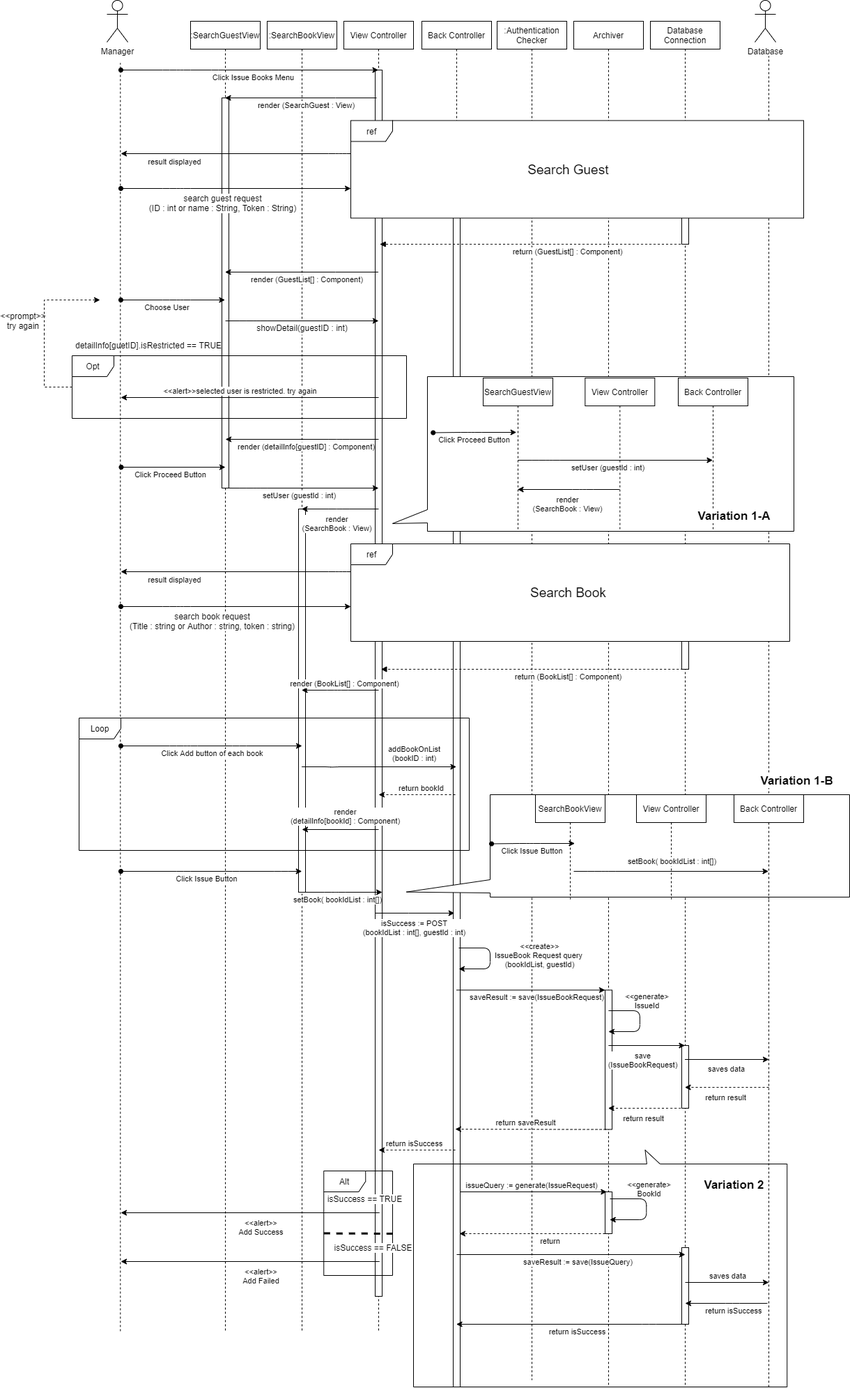
The draw.io diagram docs/SequenceDiagram/diagram_images/SD-UC-04.png in youngkwon02/Enhanced-library-management, before a commit. Source tidied: cells renumbered, new cells last; positions are measured from the earlier drawing's top-left corner, leaving out a move shared by most shapes.
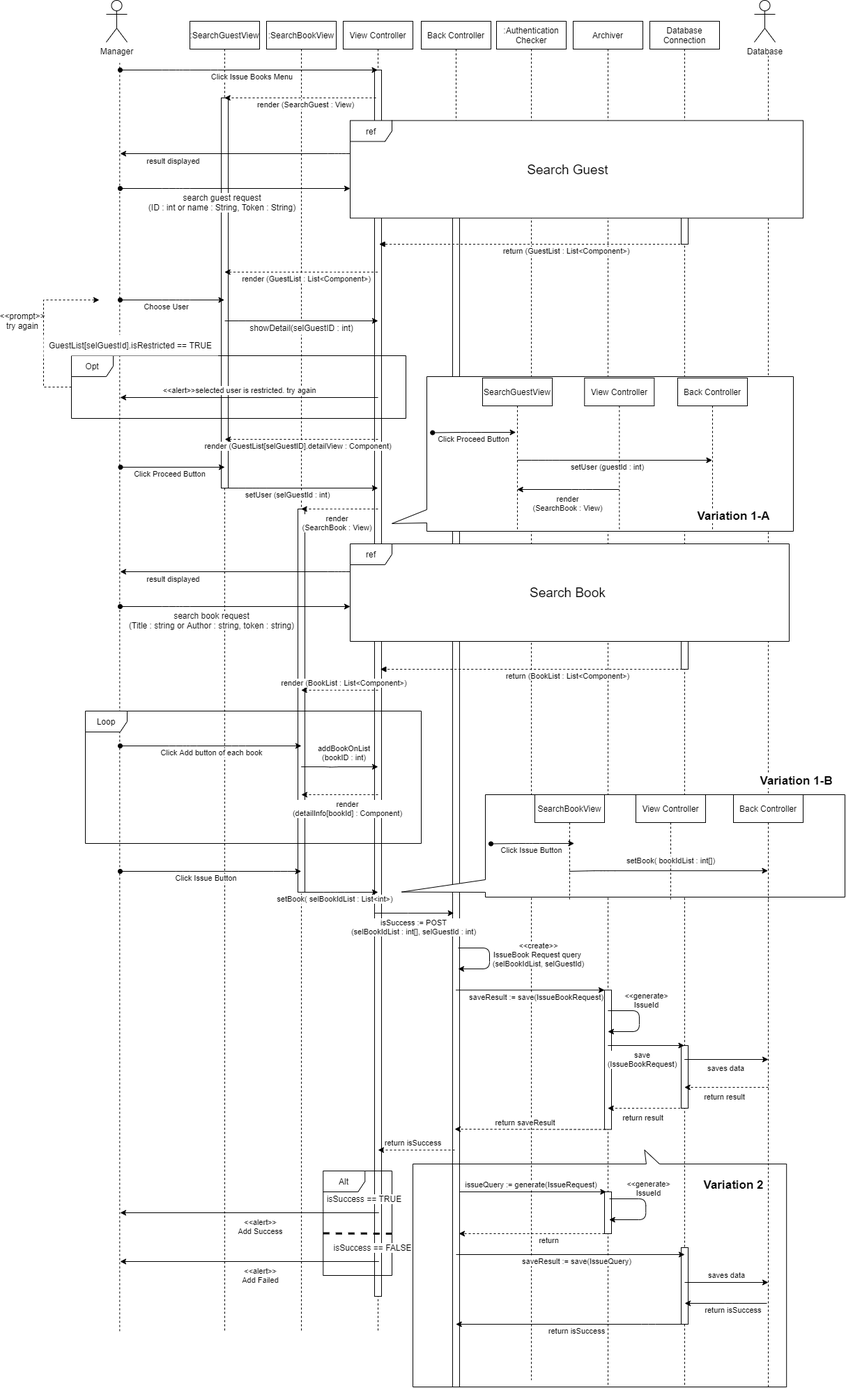
After the change.

The edit, as a diff of the source:
```diff
@@ -178,8 +178,8 @@
         </Array>
       </mxGeometry>
     </mxCell>
-    <mxCell id="40" value="detailInfo[guetID].isRestricted == TRUE" style="text;html=1;strokeColor=none;fillColor=none;align=center;verticalAlign=middle;whiteSpace=wrap;rounded=0;" parent="1" vertex="1">
-      <mxGeometry x="100" y="480" width="220" height="30" as="geometry" />
+    <mxCell id="40" value="GuestList[selGuestId].isRestricted == TRUE" style="text;html=1;strokeColor=none;align=center;verticalAlign=middle;whiteSpace=wrap;rounded=0;fillColor=#ffffff;" parent="1" vertex="1">
+      <mxGeometry x="60" y="480" width="250" height="30" as="geometry" />
     </mxCell>
     <mxCell id="41" style="endArrow=classic;html=1;startArrow=oval;startFill=1;" parent="1" edge="1">
       <mxGeometry relative="1" as="geometry">
@@ -197,12 +197,12 @@
         <mxPoint x="22" y="9" as="offset" />
       </mxGeometry>
     </mxCell>
-    <mxCell id="43" style="endArrow=classic;html=1;" parent="1" edge="1">
+    <mxCell id="43" style="endArrow=classic;html=1;dashed=1;" parent="1" edge="1">
       <mxGeometry relative="1" as="geometry">
-        <mxPoint x="540" y="1190" as="sourcePoint" />
-        <mxPoint x="430" y="1190" as="targetPoint" />
+        <mxPoint x="540" y="1140" as="sourcePoint" />
+        <mxPoint x="430" y="1140" as="targetPoint" />
         <Array as="points">
-          <mxPoint x="480.5" y="1190" />
+          <mxPoint x="480.5" y="1140" />
         </Array>
       </mxGeometry>
     </mxCell>
@@ -242,7 +242,7 @@
         </Array>
       </mxGeometry>
     </mxCell>
-    <mxCell id="49" value="isSuccess := POST&lt;br&gt;(bookIdList : int[], guestId : int)" style="edgeLabel;html=1;align=center;verticalAlign=middle;" parent="48" vertex="1">
+    <mxCell id="49" value="isSuccess := POST&lt;br&gt;(selBookIdList : int[], selGuestId : int)" style="edgeLabel;html=1;align=center;verticalAlign=middle;" parent="48" vertex="1">
       <mxGeometry x="-0.17" y="-1" relative="1" as="geometry">
         <mxPoint x="8" y="19" as="offset" />
       </mxGeometry>
@@ -257,7 +257,7 @@
         </Array>
       </mxGeometry>
     </mxCell>
-    <mxCell id="51" value="&amp;lt;&amp;lt;create&amp;gt;&amp;gt;&lt;br&gt;IssueBook Request query&amp;nbsp;&lt;br&gt;(bookIdList, guestId)" style="edgeLabel;html=1;align=center;verticalAlign=middle;labelBackgroundColor=#ffffff;" parent="50" vertex="1">
+    <mxCell id="51" value="&amp;lt;&amp;lt;create&amp;gt;&amp;gt;&lt;br&gt;IssueBook Request query&amp;nbsp;&lt;br&gt;(selBookIdList, selGuestId)" style="edgeLabel;html=1;align=center;verticalAlign=middle;labelBackgroundColor=#ffffff;" parent="50" vertex="1">
       <mxGeometry x="0.89" y="-1" relative="1" as="geometry">
         <mxPoint x="108" y="-19" as="offset" />
       </mxGeometry>
@@ -299,7 +299,7 @@
     <mxCell id="59" value="isSuccess == FALSE" style="text;html=1;strokeColor=none;fillColor=none;align=center;verticalAlign=middle;rounded=0;labelBackgroundColor=#ffffff;rotation=0;" parent="1" vertex="1">
       <mxGeometry x="462" y="1760" width="140" height="60" as="geometry" />
     </mxCell>
-    <mxCell id="60" style="endArrow=classic;html=1;" parent="1" edge="1" target="4">
+    <mxCell id="60" style="endArrow=classic;html=1;dashed=1;" parent="1" edge="1" target="4">
       <mxGeometry relative="1" as="geometry">
         <mxPoint x="537" y="140" as="sourcePoint" />
         <Array as="points">
@@ -328,12 +328,12 @@
         </Array>
       </mxGeometry>
     </mxCell>
-    <mxCell id="65" value="return (GuestList[] : Component)" style="edgeLabel;html=1;align=center;verticalAlign=middle;" parent="64" vertex="1">
+    <mxCell id="65" value="return (GuestList : List&amp;lt;Component&amp;gt;)" style="edgeLabel;html=1;align=center;verticalAlign=middle;" parent="64" vertex="1">
       <mxGeometry x="0.88" y="-1" relative="1" as="geometry">
         <mxPoint x="243" y="11" as="offset" />
       </mxGeometry>
     </mxCell>
-    <mxCell id="66" style="endArrow=classic;html=1;" parent="1" edge="1" source="6" target="4">
+    <mxCell id="66" style="endArrow=classic;html=1;dashed=1;" parent="1" edge="1" source="6" target="4">
       <mxGeometry relative="1" as="geometry">
         <Array as="points">
           <mxPoint x="485.5" y="390" />
@@ -341,15 +341,15 @@
         </Array>
       </mxGeometry>
     </mxCell>
-    <mxCell id="67" value="render (GuestList[] : Component)" style="edgeLabel;html=1;align=center;verticalAlign=middle;" parent="66" vertex="1">
+    <mxCell id="67" value="render (GuestList : List&amp;lt;Component&amp;gt;)" style="edgeLabel;html=1;align=center;verticalAlign=middle;" parent="66" vertex="1">
       <mxGeometry x="-0.15" y="2" relative="1" as="geometry">
         <mxPoint x="-10" y="8" as="offset" />
       </mxGeometry>
     </mxCell>
-    <mxCell id="68" value="showDetail(guestID : int)" style="text;html=1;align=center;verticalAlign=middle;strokeColor=none;fillColor=#ffffff;" parent="1" vertex="1">
-      <mxGeometry x="355" y="460" width="150" height="20" as="geometry" />
+    <mxCell id="68" value="showDetail(selGuestID : int)" style="text;html=1;align=center;verticalAlign=middle;strokeColor=none;fillColor=#ffffff;" parent="1" vertex="1">
+      <mxGeometry x="350" y="460" width="160" height="20" as="geometry" />
     </mxCell>
-    <mxCell id="69" style="endArrow=classic;html=1;" parent="1" edge="1">
+    <mxCell id="69" style="endArrow=classic;html=1;dashed=1;" parent="1" edge="1">
       <mxGeometry relative="1" as="geometry">
         <mxPoint x="539.9" y="630" as="sourcePoint" />
         <mxPoint x="320.1" y="630" as="targetPoint" />
@@ -359,9 +359,9 @@
         </Array>
       </mxGeometry>
     </mxCell>
-    <mxCell id="70" value="render (detailInfo[guestID] : Component)" style="edgeLabel;html=1;align=center;verticalAlign=middle;" parent="69" vertex="1">
+    <mxCell id="70" value="render (GuestList[selGuestID].detailView : Component)" style="edgeLabel;html=1;align=center;verticalAlign=middle;" parent="69" vertex="1">
       <mxGeometry x="-0.15" y="2" relative="1" as="geometry">
-        <mxPoint x="-11" y="8" as="offset" />
+        <mxPoint x="-22" y="8" as="offset" />
       </mxGeometry>
     </mxCell>
     <mxCell id="71" style="endArrow=classic;html=1;startArrow=oval;startFill=1;" parent="1" edge="1">
@@ -382,7 +382,7 @@
     <mxCell id="73" style="endArrow=classic;html=1;startArrow=none;startFill=0;" parent="1" edge="1">
       <mxGeometry relative="1" as="geometry">
         <mxPoint x="320.1" y="460" as="sourcePoint" />
-        <mxPoint x="539.9" y="460" as="targetPoint" />
+        <mxPoint x="540" y="460" as="targetPoint" />
         <Array as="points">
           <mxPoint x="350.4" y="460" />
           <mxPoint x="370.4" y="460" />
@@ -392,7 +392,7 @@
     <mxCell id="74" value="&amp;lt;&amp;lt;prompt&amp;gt;&amp;gt;&lt;br&gt;try again" style="text;html=1;strokeColor=none;fillColor=none;align=center;verticalAlign=middle;whiteSpace=wrap;rounded=0;" parent="1" vertex="1">
       <mxGeometry y="440" width="60" height="40" as="geometry" />
     </mxCell>
-    <mxCell id="75" style="endArrow=classic;html=1;" parent="1" edge="1" target="12">
+    <mxCell id="75" style="endArrow=classic;html=1;dashed=1;" parent="1" edge="1" target="12">
       <mxGeometry relative="1" as="geometry">
         <mxPoint x="539.9" y="730" as="sourcePoint" />
         <Array as="points">
@@ -422,12 +422,12 @@
         </Array>
       </mxGeometry>
     </mxCell>
-    <mxCell id="80" value="return (BookList[] : Component)" style="edgeLabel;html=1;align=center;verticalAlign=middle;" parent="79" vertex="1">
+    <mxCell id="80" value="return (BookList : List&amp;lt;Component&amp;gt;)" style="edgeLabel;html=1;align=center;verticalAlign=middle;" parent="79" vertex="1">
       <mxGeometry x="0.88" y="-1" relative="1" as="geometry">
         <mxPoint x="243" y="11" as="offset" />
       </mxGeometry>
     </mxCell>
-    <mxCell id="81" style="endArrow=classic;html=1;" parent="1" edge="1" target="12">
+    <mxCell id="81" style="endArrow=classic;html=1;dashed=1;" parent="1" edge="1" target="12">
       <mxGeometry relative="1" as="geometry">
         <mxPoint x="540" y="990" as="sourcePoint" />
         <Array as="points">
@@ -436,16 +436,17 @@
         </Array>
       </mxGeometry>
     </mxCell>
-    <mxCell id="82" value="render (BookList[] : Component)" style="edgeLabel;html=1;align=center;verticalAlign=middle;" parent="81" vertex="1">
+    <mxCell id="82" value="render (BookList : List&amp;lt;Component&amp;gt;)" style="edgeLabel;html=1;align=center;verticalAlign=middle;" parent="81" vertex="1">
       <mxGeometry x="-0.15" y="2" relative="1" as="geometry">
         <mxPoint x="-3" y="-12" as="offset" />
       </mxGeometry>
     </mxCell>
     <mxCell id="83" value="Loop" style="shape=umlFrame;whiteSpace=wrap;html=1;" parent="1" vertex="1">
-      <mxGeometry x="110" y="1030" width="560" height="190" as="geometry" />
+      <mxGeometry x="120" y="1020" width="482" height="190" as="geometry" />
     </mxCell>
-    <mxCell id="84" style="endArrow=classic;html=1;startArrow=none;startFill=0;" parent="1" edge="1" source="12" target="9">
+    <mxCell id="84" style="endArrow=classic;html=1;startArrow=none;startFill=0;" parent="1" edge="1" source="12">
       <mxGeometry relative="1" as="geometry">
+        <mxPoint x="540" y="1100" as="targetPoint" />
         <Array as="points">
           <mxPoint x="463.5" y="1100" />
           <mxPoint x="473.5" y="1100.4" />
@@ -455,7 +456,7 @@
     </mxCell>
     <mxCell id="85" value="addBookOnList&lt;br&gt;(bookID : int)" style="edgeLabel;html=1;align=center;verticalAlign=middle;" parent="84" vertex="1">
       <mxGeometry x="0.13" y="-5" relative="1" as="geometry">
-        <mxPoint x="36" y="-25" as="offset" />
+        <mxPoint x="-1" y="-25" as="offset" />
       </mxGeometry>
     </mxCell>
     <mxCell id="86" style="endArrow=classic;html=1;" parent="1" edge="1">
@@ -489,24 +490,10 @@
       </mxGeometry>
     </mxCell>
     <mxCell id="90" value="render&lt;br&gt;(detailInfo[bookId] : Component)" style="edgeLabel;html=1;align=center;verticalAlign=middle;" parent="1" vertex="1">
-      <mxGeometry x="505" y="1180" as="geometry">
+      <mxGeometry x="510" y="1170" as="geometry">
         <mxPoint x="-14" y="-10" as="offset" />
       </mxGeometry>
     </mxCell>
-    <mxCell id="91" style="endArrow=classic;html=1;dashed=1;" parent="1" edge="1">
-      <mxGeometry relative="1" as="geometry">
-        <mxPoint x="650" y="1140" as="sourcePoint" />
-        <mxPoint x="540" y="1140" as="targetPoint" />
-        <Array as="points">
-          <mxPoint x="590.5" y="1140" />
-        </Array>
-      </mxGeometry>
-    </mxCell>
-    <mxCell id="92" value="return bookId" style="edgeLabel;html=1;align=center;verticalAlign=middle;" parent="91" vertex="1">
-      <mxGeometry x="-0.24" y="3" relative="1" as="geometry">
-        <mxPoint x="-8" y="-13" as="offset" />
-      </mxGeometry>
-    </mxCell>
     <mxCell id="93" style="endArrow=classic;html=1;" parent="1" edge="1">
       <mxGeometry relative="1" as="geometry">
         <mxPoint x="500" y="220" as="sourcePoint" />
@@ -547,24 +534,24 @@
         </Array>
       </mxGeometry>
     </mxCell>
-    <mxCell id="98" value="setUser (guestId : int)" style="edgeLabel;html=1;align=center;verticalAlign=middle;" parent="97" vertex="1">
+    <mxCell id="98" value="setUser (selGuestId : int)" style="edgeLabel;html=1;align=center;verticalAlign=middle;" parent="97" vertex="1">
       <mxGeometry x="-0.21" relative="1" as="geometry">
-        <mxPoint x="18" y="10" as="offset" />
+        <mxPoint x="3" y="10" as="offset" />
       </mxGeometry>
     </mxCell>
     <mxCell id="99" style="endArrow=classic;html=1;startArrow=none;startFill=0;" parent="1" edge="1">
       <mxGeometry relative="1" as="geometry">
         <mxPoint x="431.2" y="1280" as="sourcePoint" />
-        <mxPoint x="545" y="1280" as="targetPoint" />
+        <mxPoint x="540" y="1280" as="targetPoint" />
         <Array as="points">
           <mxPoint x="471.8" y="1280" />
           <mxPoint x="481.8" y="1280" />
         </Array>
       </mxGeometry>
     </mxCell>
-    <mxCell id="100" value="setBook( bookIdList : int[])" style="edgeLabel;html=1;align=center;verticalAlign=middle;" parent="99" vertex="1">
+    <mxCell id="100" value="setBook( selBookIdList : List&amp;lt;int&amp;gt;)" style="edgeLabel;html=1;align=center;verticalAlign=middle;" parent="99" vertex="1">
       <mxGeometry x="-0.17" y="-1" relative="1" as="geometry">
-        <mxPoint x="2" y="9" as="offset" />
+        <mxPoint x="1" y="9" as="offset" />
       </mxGeometry>
     </mxCell>
     <mxCell id="101" style="endArrow=classic;html=1;" parent="1" edge="1" source="23">
@@ -746,8 +733,8 @@
         <mxPoint y="11" as="offset" />
       </mxGeometry>
     </mxCell>
-    <mxCell id="133" style="shape=callout;whiteSpace=wrap;html=1;perimeter=calloutPerimeter;fillColor=#ffffff;base=19;size=120;position=0.83;position2=0.95;direction=south;" parent="1" vertex="1">
-      <mxGeometry x="580" y="1140" width="636" height="147" as="geometry" />
+    <mxCell id="133" style="shape=callout;whiteSpace=wrap;html=1;perimeter=calloutPerimeter;fillColor=#ffffff;base=18;size=120;position=0.83;position2=0.95;direction=south;" parent="1" vertex="1">
+      <mxGeometry x="574" y="1140" width="636" height="147" as="geometry" />
     </mxCell>
     <mxCell id="134" value="View Controller" style="shape=umlLifeline;perimeter=lifelinePerimeter;rounded=0;shadow=0;strokeWidth=1;" parent="1" vertex="1">
       <mxGeometry x="910" y="1140" width="100" height="150" as="geometry" />
@@ -755,13 +742,12 @@
     <mxCell id="135" value="SearchBookView" style="shape=umlLifeline;perimeter=lifelinePerimeter;rounded=0;shadow=0;strokeWidth=1;" parent="1" vertex="1">
       <mxGeometry x="765" y="1140" width="100" height="150" as="geometry" />
     </mxCell>
-    <mxCell id="136" style="endArrow=classic;html=1;startArrow=none;startFill=0;" parent="1" edge="1">
+    <mxCell id="136" style="endArrow=classic;html=1;startArrow=none;startFill=0;exitX=0.492;exitY=0.733;exitDx=0;exitDy=0;exitPerimeter=0;" parent="1" edge="1" source="135">
       <mxGeometry relative="1" as="geometry">
-        <mxPoint x="820" y="1250" as="sourcePoint" />
-        <mxPoint x="1099.5" y="1250" as="targetPoint" />
+        <mxPoint x="1099.5" y="1249.2" as="targetPoint" />
         <Array as="points">
-          <mxPoint x="850.3" y="1250" />
-          <mxPoint x="870.3" y="1250" />
+          <mxPoint x="850.3" y="1249.2" />
+          <mxPoint x="870.3" y="1249.2" />
         </Array>
       </mxGeometry>
     </mxCell>
@@ -826,7 +812,7 @@
         </Array>
       </mxGeometry>
     </mxCell>
-    <mxCell id="147" value="&amp;lt;&amp;lt;generate&amp;gt;&lt;br&gt;BookId" style="edgeLabel;html=1;align=center;verticalAlign=middle;" parent="146" vertex="1">
+    <mxCell id="147" value="&amp;lt;&amp;lt;generate&amp;gt;&lt;br&gt;IssueId" style="edgeLabel;html=1;align=center;verticalAlign=middle;" parent="146" vertex="1">
       <mxGeometry x="0.89" y="-1" relative="1" as="geometry">
         <mxPoint x="48" y="-44" as="offset" />
       </mxGeometry>
```
